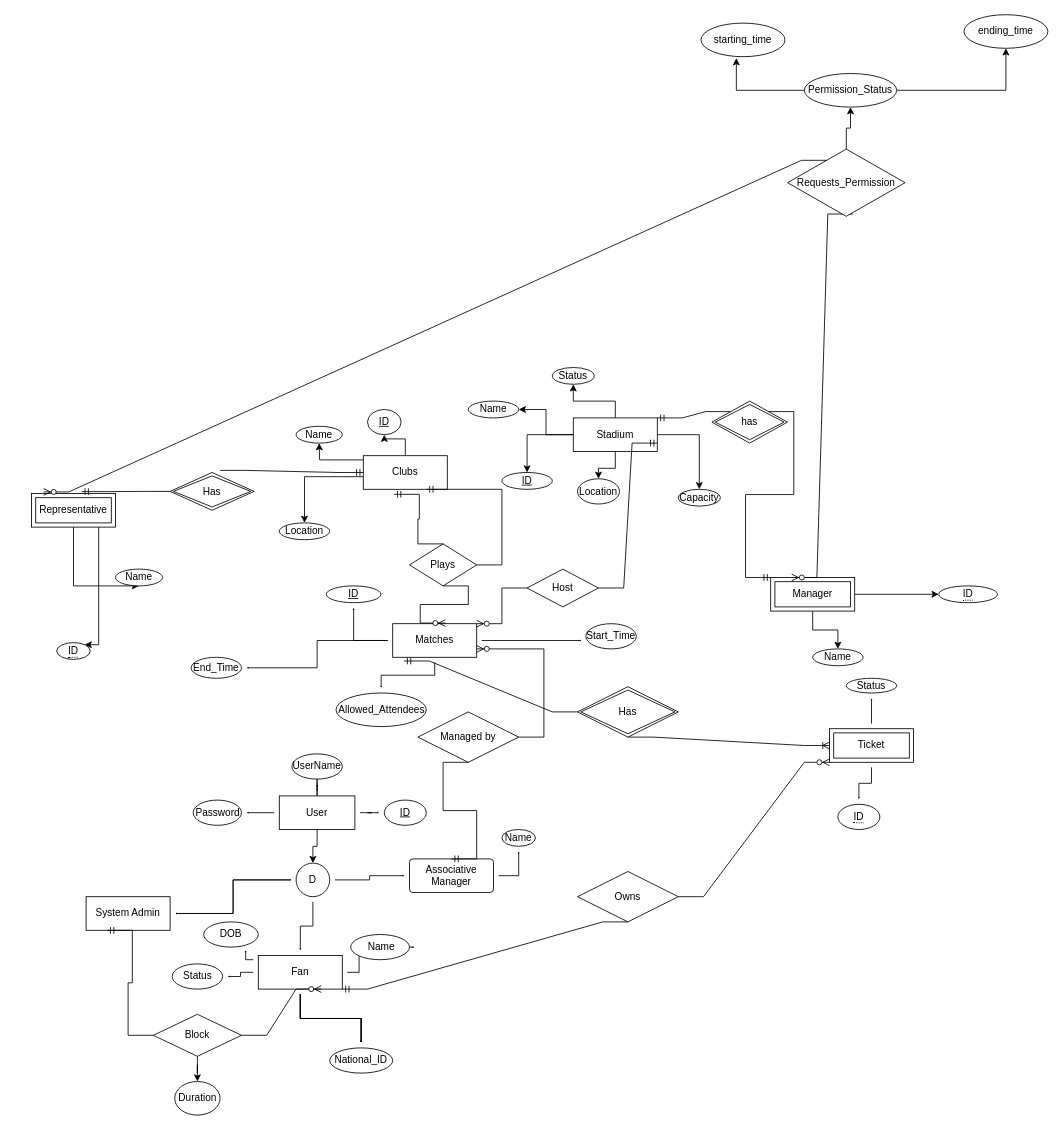
Earlier version of the draw.io diagram MileStone(1).drawio (Aelmeky/Stadium_tickets_system). Source tidied: cells renumbered, new cells numbered last; positions are measured from the earlier drawing's top-left corner, leaving out a move shared by most shapes. Both pictures are drawn from the tidied source at 84%, with x=0, y=0 at pixel (31, 14).
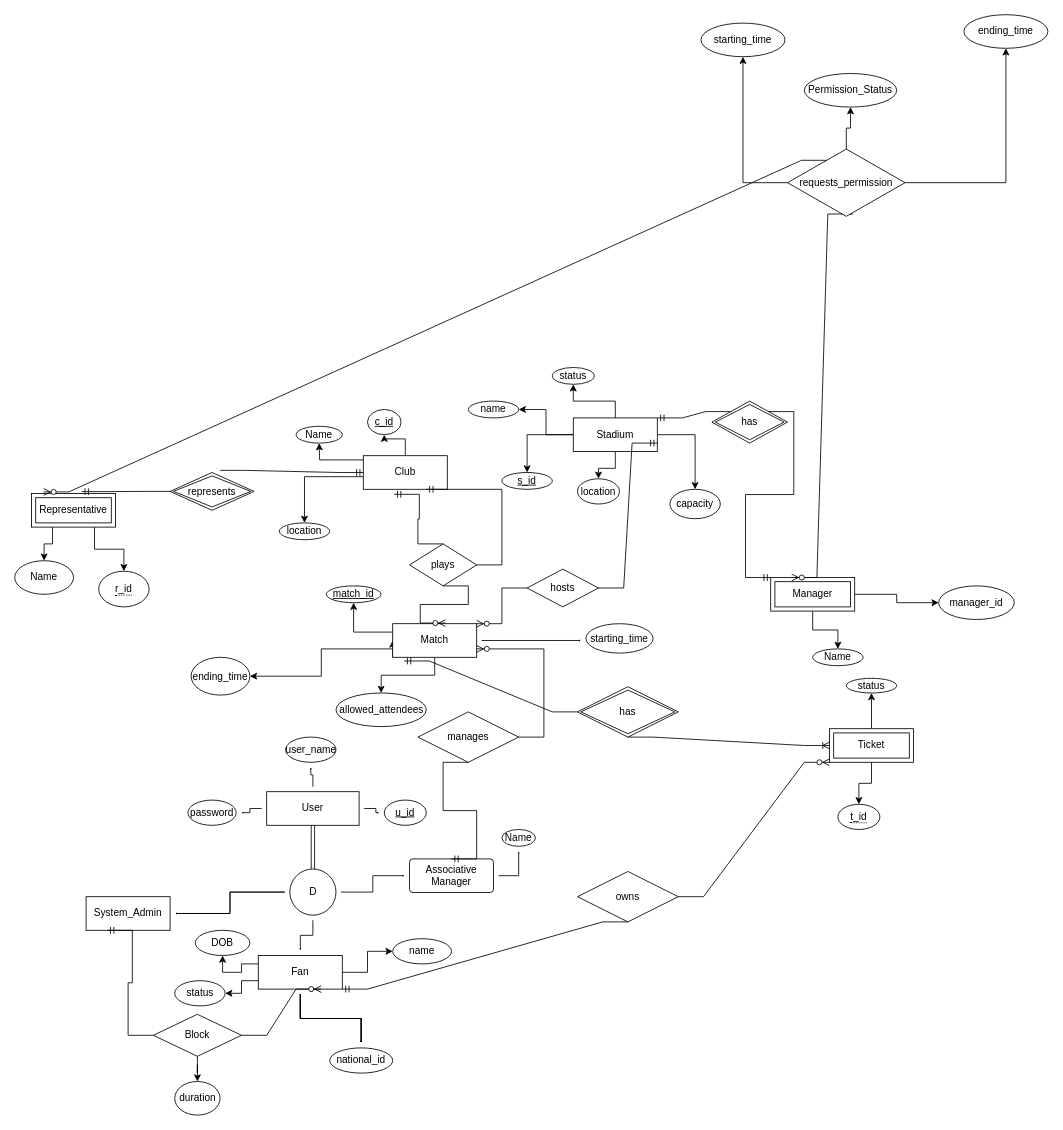
Above is the later version.

Commit message:
fix: Making entity user (Total participation).

Unchanged cells that the change refers to:
```xml
<mxCell id="27" value="Representative" style="shape=ext;margin=3;double=1;whiteSpace=wrap;html=1;align=center;" parent="1" vertex="1">
  <mxGeometry y="570" width="100" height="40" as="geometry" />
</mxCell>
<mxCell id="50" value="Fan" style="whiteSpace=wrap;html=1;align=center;" parent="1" vertex="1">
  <mxGeometry x="270" y="1120" width="100" height="40" as="geometry" />
</mxCell>
<mxCell id="70" value="Ticket" style="shape=ext;margin=3;double=1;whiteSpace=wrap;html=1;align=center;" parent="1" vertex="1">
  <mxGeometry x="950" y="850" width="100" height="40" as="geometry" />
</mxCell>
<mxCell id="99" value="Permission_Status" style="ellipse;whiteSpace=wrap;html=1;align=center;" parent="1" vertex="1">
  <mxGeometry x="920" y="70" width="110" height="40" as="geometry" />
</mxCell>
<mxCell id="109" value="&lt;div&gt;ending_time&lt;/div&gt;" style="ellipse;whiteSpace=wrap;html=1;align=center;" parent="1" vertex="1">
  <mxGeometry x="1110" width="100" height="40" as="geometry" />
</mxCell>
<mxCell id="110" value="starting_time" style="ellipse;whiteSpace=wrap;html=1;align=center;" parent="1" vertex="1">
  <mxGeometry x="797" y="10" width="100" height="40" as="geometry" />
</mxCell>
```

The edit, as a diff of the source:
```diff
@@
-    <mxCell id="8" style="edgeStyle=orthogonalEdgeStyle;rounded=0;jettySize=auto;html=1;" parent="1" edge="1" source="12" target="39">
-      <mxGeometry relative="1" as="geometry" />
-    </mxCell>
@@
+    <mxCell id="8" style="edgeStyle=orthogonalEdgeStyle;shape=link;rounded=0;jettySize=auto;html=1;exitX=0.5;exitY=1;exitDx=0;exitDy=0;" parent="1" edge="1" source="12" target="39">
+      <mxGeometry relative="1" as="geometry" />
+    </mxCell>
     <mxCell id="12" value="User" style="whiteSpace=wrap;html=1;align=center;" parent="1" vertex="1">
-      <mxGeometry x="295" y="930" width="90" height="40" as="geometry" />
+      <mxGeometry x="280" y="925" width="110" height="40" as="geometry" />
     </mxCell>
@@
-    <mxCell id="16" value="Clubs" style="whiteSpace=wrap;html=1;align=center;" parent="1" vertex="1">
+    <mxCell id="16" value="Club" style="whiteSpace=wrap;html=1;align=center;" parent="1" vertex="1">
       <mxGeometry x="395" y="525" width="100" height="40" as="geometry" />
     </mxCell>
-    <mxCell id="17" value="Name" style="ellipse;whiteSpace=wrap;html=1;align=center;" parent="1" vertex="1">
+    <mxCell id="17" value="name" style="ellipse;whiteSpace=wrap;html=1;align=center;" parent="1" vertex="1">
       <mxGeometry x="520" y="460" width="60" height="20" as="geometry" />
     </mxCell>
-    <mxCell id="18" value="Location" style="ellipse;whiteSpace=wrap;html=1;align=center;" parent="1" vertex="1">
+    <mxCell id="18" value="location" style="ellipse;whiteSpace=wrap;html=1;align=center;" parent="1" vertex="1">
       <mxGeometry x="650" y="552.5" width="50" height="30" as="geometry" />
     </mxCell>
-    <mxCell id="19" value="ID" style="ellipse;whiteSpace=wrap;html=1;align=center;fontStyle=4;" parent="1" vertex="1">
+    <mxCell id="19" value="s_id" style="ellipse;whiteSpace=wrap;html=1;align=center;fontStyle=4;" parent="1" vertex="1">
       <mxGeometry x="560" y="545" width="60" height="20" as="geometry" />
     </mxCell>
-    <mxCell id="20" value="Capacity" style="ellipse;whiteSpace=wrap;html=1;align=center;" parent="1" vertex="1">
-      <mxGeometry x="770" y="565" width="50" height="20" as="geometry" />
+    <mxCell id="20" value="capacity" style="ellipse;whiteSpace=wrap;html=1;align=center;" parent="1" vertex="1">
+      <mxGeometry x="760" y="565" width="60" height="35" as="geometry" />
     </mxCell>
-    <mxCell id="21" value="Status" style="ellipse;whiteSpace=wrap;html=1;align=center;" parent="1" vertex="1">
+    <mxCell id="21" value="status" style="ellipse;whiteSpace=wrap;html=1;align=center;" parent="1" vertex="1">
       <mxGeometry x="620" y="420" width="50" height="20" as="geometry" />
     </mxCell>
-    <mxCell id="22" value="Location" style="ellipse;whiteSpace=wrap;html=1;align=center;" parent="1" vertex="1">
+    <mxCell id="22" value="location" style="ellipse;whiteSpace=wrap;html=1;align=center;" parent="1" vertex="1">
       <mxGeometry x="295" y="605" width="60" height="20" as="geometry" />
     </mxCell>
@@
-    <mxCell id="24" value="ID" style="ellipse;whiteSpace=wrap;html=1;align=center;fontStyle=4;" parent="1" vertex="1">
+    <mxCell id="24" value="c_id" style="ellipse;whiteSpace=wrap;html=1;align=center;fontStyle=4;" parent="1" vertex="1">
       <mxGeometry x="400" y="470" width="40" height="30" as="geometry" />
     </mxCell>
+    <mxCell id="26" style="edgeStyle=orthogonalEdgeStyle;rounded=0;jettySize=auto;html=1;exitX=0.25;exitY=1;exitDx=0;exitDy=0;entryX=0.5;entryY=0;entryDx=0;entryDy=0;" parent="1" edge="1" source="27" target="29">
+      <mxGeometry relative="1" as="geometry" />
+    </mxCell>
-    <mxCell id="25" style="edgeStyle=orthogonalEdgeStyle;rounded=0;jettySize=auto;html=1;" parent="1" edge="1" source="27" target="28">
-      <mxGeometry relative="1" as="geometry">
-        <Array as="points">
-          <mxPoint x="80" y="750" />
-        </Array>
-      </mxGeometry>
+    <mxCell id="25" style="edgeStyle=orthogonalEdgeStyle;rounded=0;jettySize=auto;html=1;exitX=0.75;exitY=1;exitDx=0;exitDy=0;entryX=0.5;entryY=0;entryDx=0;entryDy=0;" parent="1" edge="1" source="27" target="28">
+      <mxGeometry relative="1" as="geometry" />
     </mxCell>
-    <mxCell id="26" style="edgeStyle=orthogonalEdgeStyle;rounded=0;jettySize=auto;html=1;" parent="1" edge="1" source="27" target="29">
-      <mxGeometry relative="1" as="geometry">
-        <Array as="points">
-          <mxPoint x="140" y="680" />
-        </Array>
-      </mxGeometry>
-    </mxCell>
@@
-    <mxCell id="28" value="&lt;span style=&quot;border-bottom: 1px dotted&quot;&gt;ID&lt;/span&gt;" style="ellipse;whiteSpace=wrap;html=1;align=center;" parent="1" vertex="1">
-      <mxGeometry x="30" y="747.5" width="40" height="20" as="geometry" />
+    <mxCell id="28" value="&lt;span style=&quot;border-bottom: 1px dotted&quot;&gt;r_id&lt;/span&gt;" style="ellipse;whiteSpace=wrap;html=1;align=center;" parent="1" vertex="1">
+      <mxGeometry x="80" y="662.5" width="60" height="42.5" as="geometry" />
     </mxCell>
     <mxCell id="29" value="Name" style="ellipse;whiteSpace=wrap;html=1;align=center;" parent="1" vertex="1">
-      <mxGeometry x="100" y="660" width="56" height="20" as="geometry" />
+      <mxGeometry x="-20" y="650" width="70" height="40" as="geometry" />
     </mxCell>
@@
-    <mxCell id="33" value="&lt;span style=&quot;border-bottom: 1px dotted&quot;&gt;ID&lt;/span&gt;" style="ellipse;whiteSpace=wrap;html=1;align=center;" parent="1" vertex="1">
-      <mxGeometry x="1080" y="680" width="70" height="20" as="geometry" />
+    <mxCell id="33" value="manager_id" style="ellipse;whiteSpace=wrap;html=1;align=center;" parent="1" vertex="1">
+      <mxGeometry x="1080" y="680" width="90" height="40" as="geometry" />
     </mxCell>
@@
     <mxCell id="39" value="D" style="ellipse;whiteSpace=wrap;html=1;" parent="1" vertex="1">
-      <mxGeometry x="315" y="1010" width="40" height="40" as="geometry" />
+      <mxGeometry x="307.5" y="1017" width="55" height="55" as="geometry" />
     </mxCell>
-    <mxCell id="40" value="System Admin" style="whiteSpace=wrap;html=1;align=center;" parent="1" vertex="1">
+    <mxCell id="40" value="System_Admin" style="whiteSpace=wrap;html=1;align=center;" parent="1" vertex="1">
       <mxGeometry x="65" y="1050" width="100" height="40" as="geometry" />
     </mxCell>
@@
-    <mxCell id="43" style="edgeStyle=orthogonalEdgeStyle;rounded=0;jettySize=auto;html=1;startSize=0;endSize=0;sourcePerimeterSpacing=6;targetPerimeterSpacing=6;" parent="1" edge="1" source="50" target="56">
-      <mxGeometry relative="1" as="geometry" />
-    </mxCell>
-    <mxCell id="44" style="edgeStyle=orthogonalEdgeStyle;rounded=0;jettySize=auto;html=1;startSize=0;endSize=0;sourcePerimeterSpacing=6;targetPerimeterSpacing=6;" parent="1" edge="1" source="50" target="57">
-      <mxGeometry relative="1" as="geometry" />
-    </mxCell>
@@
+    <mxCell id="44" style="edgeStyle=orthogonalEdgeStyle;rounded=0;jettySize=auto;html=1;exitX=1;exitY=0.5;exitDx=0;exitDy=0;" parent="1" edge="1" source="50" target="57">
+      <mxGeometry relative="1" as="geometry" />
+    </mxCell>
+    <mxCell id="43" style="edgeStyle=orthogonalEdgeStyle;rounded=0;jettySize=auto;html=1;exitX=0;exitY=0.75;exitDx=0;exitDy=0;entryX=1;entryY=0.5;entryDx=0;entryDy=0;" parent="1" edge="1" source="50" target="56">
+      <mxGeometry relative="1" as="geometry" />
+    </mxCell>
-    <mxCell id="49" style="edgeStyle=orthogonalEdgeStyle;rounded=0;jettySize=auto;html=1;startSize=0;endSize=0;sourcePerimeterSpacing=6;targetPerimeterSpacing=6;" parent="1" edge="1" source="50" target="55">
-      <mxGeometry relative="1" as="geometry">
-        <Array as="points">
-          <mxPoint x="310" y="1125" />
-          <mxPoint x="255" y="1125" />
-        </Array>
-      </mxGeometry>
+    <mxCell id="49" style="edgeStyle=orthogonalEdgeStyle;rounded=0;jettySize=auto;html=1;exitX=0;exitY=0.25;exitDx=0;exitDy=0;entryX=0.5;entryY=1;entryDx=0;entryDy=0;" parent="1" edge="1" source="50" target="55">
+      <mxGeometry relative="1" as="geometry" />
     </mxCell>
@@
-    <mxCell id="51" value="ID" style="ellipse;whiteSpace=wrap;html=1;align=center;fontStyle=4;" parent="1" vertex="1">
+    <mxCell id="51" value="&lt;div&gt;u_id&lt;/div&gt;" style="ellipse;whiteSpace=wrap;html=1;align=center;fontStyle=4;" parent="1" vertex="1">
       <mxGeometry x="420" y="935" width="50" height="30" as="geometry" />
     </mxCell>
-    <mxCell id="52" value="UserName" style="ellipse;whiteSpace=wrap;html=1;align=center;" parent="1" vertex="1">
-      <mxGeometry x="310" y="880" width="60" height="30" as="geometry" />
+    <mxCell id="52" value="user_name" style="ellipse;whiteSpace=wrap;html=1;align=center;" parent="1" vertex="1">
+      <mxGeometry x="302.5" y="860" width="60" height="30" as="geometry" />
     </mxCell>
-    <mxCell id="53" value="Password" style="ellipse;whiteSpace=wrap;html=1;align=center;" parent="1" vertex="1">
-      <mxGeometry x="192.5" y="935" width="57.5" height="30" as="geometry" />
+    <mxCell id="53" value="password" style="ellipse;whiteSpace=wrap;html=1;align=center;" parent="1" vertex="1">
+      <mxGeometry x="186.2" y="935" width="57.5" height="30" as="geometry" />
     </mxCell>
@@
     <mxCell id="55" value="DOB" style="ellipse;whiteSpace=wrap;html=1;align=center;" parent="1" vertex="1">
-      <mxGeometry x="205" y="1080" width="65" height="30" as="geometry" />
+      <mxGeometry x="195" y="1090" width="65" height="30" as="geometry" />
     </mxCell>
-    <mxCell id="56" value="Status" style="ellipse;whiteSpace=wrap;html=1;align=center;" parent="1" vertex="1">
-      <mxGeometry x="167.5" y="1130" width="60" height="30" as="geometry" />
+    <mxCell id="56" value="status" style="ellipse;whiteSpace=wrap;html=1;align=center;" parent="1" vertex="1">
+      <mxGeometry x="170.5" y="1150" width="60" height="30" as="geometry" />
     </mxCell>
-    <mxCell id="57" value="&amp;nbsp;Name" style="ellipse;whiteSpace=wrap;html=1;align=center;" parent="1" vertex="1">
-      <mxGeometry x="380" y="1095" width="70" height="30" as="geometry" />
+    <mxCell id="57" value="name" style="ellipse;whiteSpace=wrap;html=1;align=center;" parent="1" vertex="1">
+      <mxGeometry x="430" y="1100" width="70" height="30" as="geometry" />
     </mxCell>
-    <mxCell id="58" value="National_ID" style="ellipse;whiteSpace=wrap;html=1;align=center;" parent="1" vertex="1">
+    <mxCell id="58" value="national_id" style="ellipse;whiteSpace=wrap;html=1;align=center;" parent="1" vertex="1">
       <mxGeometry x="355" y="1230" width="75" height="30" as="geometry" />
     </mxCell>
+    <mxCell id="60" style="edgeStyle=orthogonalEdgeStyle;rounded=0;jettySize=auto;html=1;startSize=0;endSize=0;sourcePerimeterSpacing=6;targetPerimeterSpacing=6;" parent="1" edge="1" source="63" target="65">
+      <mxGeometry relative="1" as="geometry">
+        <Array as="points">
+          <mxPoint x="480" y="740" />
+        </Array>
+      </mxGeometry>
+    </mxCell>
+    <mxCell id="111" style="edgeStyle=orthogonalEdgeStyle;rounded=0;jettySize=auto;html=1;exitX=0;exitY=1;exitDx=0;exitDy=0;" parent="1" edge="1" source="63">
+      <mxGeometry relative="1" as="geometry">
+        <mxPoint x="430" y="745" as="targetPoint" />
+      </mxGeometry>
+    </mxCell>
+    <mxCell id="61" style="edgeStyle=orthogonalEdgeStyle;rounded=0;jettySize=auto;html=1;exitX=0;exitY=0.75;exitDx=0;exitDy=0;" parent="1" edge="1" source="63" target="66">
+      <mxGeometry relative="1" as="geometry" />
+    </mxCell>
-    <mxCell id="59" style="edgeStyle=orthogonalEdgeStyle;rounded=0;jettySize=auto;html=1;startSize=0;endSize=0;sourcePerimeterSpacing=6;targetPerimeterSpacing=6;" parent="1" edge="1" source="63" target="64">
+    <mxCell id="59" style="edgeStyle=orthogonalEdgeStyle;rounded=0;jettySize=auto;html=1;exitX=0;exitY=0.25;exitDx=0;exitDy=0;entryX=0.5;entryY=1;entryDx=0;entryDy=0;" parent="1" edge="1" source="63" target="64">
       <mxGeometry relative="1" as="geometry" />
     </mxCell>
-    <mxCell id="60" style="edgeStyle=orthogonalEdgeStyle;rounded=0;jettySize=auto;html=1;startSize=0;endSize=0;sourcePerimeterSpacing=6;targetPerimeterSpacing=6;" parent="1" edge="1" source="63" target="65">
-      <mxGeometry relative="1" as="geometry">
-        <Array as="points">
-          <mxPoint x="480" y="740" />
-        </Array>
-      </mxGeometry>
-    </mxCell>
-    <mxCell id="61" style="edgeStyle=orthogonalEdgeStyle;rounded=0;jettySize=auto;html=1;startSize=0;endSize=0;sourcePerimeterSpacing=6;targetPerimeterSpacing=6;" parent="1" edge="1" source="63" target="66">
-      <mxGeometry relative="1" as="geometry" />
-    </mxCell>
-    <mxCell id="62" style="edgeStyle=orthogonalEdgeStyle;rounded=0;jettySize=auto;html=1;startSize=0;endSize=0;sourcePerimeterSpacing=6;targetPerimeterSpacing=6;" parent="1" edge="1" source="63" target="67">
+    <mxCell id="62" style="edgeStyle=orthogonalEdgeStyle;rounded=0;jettySize=auto;html=1;exitX=0.5;exitY=1;exitDx=0;exitDy=0;entryX=0.5;entryY=0;entryDx=0;entryDy=0;" parent="1" edge="1" source="63" target="67">
       <mxGeometry relative="1" as="geometry" />
     </mxCell>
-    <mxCell id="63" value="Matches" style="whiteSpace=wrap;html=1;align=center;" parent="1" vertex="1">
+    <mxCell id="63" value="Match" style="whiteSpace=wrap;html=1;align=center;" parent="1" vertex="1">
       <mxGeometry x="430" y="725" width="100" height="40" as="geometry" />
     </mxCell>
-    <mxCell id="64" value="ID" style="ellipse;whiteSpace=wrap;html=1;align=center;fontStyle=4;" parent="1" vertex="1">
+    <mxCell id="64" value="match_id" style="ellipse;whiteSpace=wrap;html=1;align=center;fontStyle=4;" parent="1" vertex="1">
       <mxGeometry x="351" y="680" width="65" height="20" as="geometry" />
     </mxCell>
-    <mxCell id="65" value="Start_Time" style="ellipse;whiteSpace=wrap;html=1;align=center;" parent="1" vertex="1">
-      <mxGeometry x="660" y="725" width="60" height="30" as="geometry" />
+    <mxCell id="65" value="&lt;div&gt;starting_time&lt;/div&gt;" style="ellipse;whiteSpace=wrap;html=1;align=center;" parent="1" vertex="1">
+      <mxGeometry x="660" y="725" width="80" height="35" as="geometry" />
     </mxCell>
-    <mxCell id="66" value="End_Time" style="ellipse;whiteSpace=wrap;html=1;align=center;" parent="1" vertex="1">
-      <mxGeometry x="190" y="765" width="60" height="25" as="geometry" />
+    <mxCell id="66" value="ending_time" style="ellipse;whiteSpace=wrap;html=1;align=center;" parent="1" vertex="1">
+      <mxGeometry x="190" y="765" width="70" height="45" as="geometry" />
     </mxCell>
-    <mxCell id="67" value="Allowed_Attendees" style="ellipse;whiteSpace=wrap;html=1;align=center;" parent="1" vertex="1">
+    <mxCell id="67" value="allowed_attendees" style="ellipse;whiteSpace=wrap;html=1;align=center;" parent="1" vertex="1">
       <mxGeometry x="362.5" y="807.5" width="107.5" height="40" as="geometry" />
     </mxCell>
-    <mxCell id="68" style="edgeStyle=orthogonalEdgeStyle;rounded=0;jettySize=auto;html=1;startSize=0;endSize=0;sourcePerimeterSpacing=6;targetPerimeterSpacing=6;" parent="1" edge="1" source="70" target="71">
+    <mxCell id="68" style="edgeStyle=orthogonalEdgeStyle;rounded=0;jettySize=auto;html=1;exitX=0.5;exitY=1;exitDx=0;exitDy=0;entryX=0.5;entryY=0;entryDx=0;entryDy=0;" parent="1" edge="1" source="70" target="71">
       <mxGeometry relative="1" as="geometry" />
     </mxCell>
-    <mxCell id="69" style="edgeStyle=orthogonalEdgeStyle;rounded=0;jettySize=auto;html=1;startSize=0;endSize=0;sourcePerimeterSpacing=6;targetPerimeterSpacing=6;" parent="1" edge="1" source="70" target="72">
+    <mxCell id="69" style="edgeStyle=orthogonalEdgeStyle;rounded=0;jettySize=auto;html=1;exitX=0.5;exitY=0;exitDx=0;exitDy=0;entryX=0.5;entryY=1;entryDx=0;entryDy=0;" parent="1" edge="1" source="70" target="72">
       <mxGeometry relative="1" as="geometry" />
     </mxCell>
@@
-    <mxCell id="71" value="&lt;span style=&quot;border-bottom: 1px dotted&quot;&gt;ID&lt;/span&gt;" style="ellipse;whiteSpace=wrap;html=1;align=center;" parent="1" vertex="1">
+    <mxCell id="71" value="&lt;div&gt;&lt;span style=&quot;border-bottom: 1px dotted&quot;&gt;t_id&lt;/span&gt;&lt;/div&gt;&lt;div&gt;&lt;span style=&quot;border-bottom: 1px dotted&quot;&gt;&lt;/span&gt;&lt;/div&gt;" style="ellipse;whiteSpace=wrap;html=1;align=center;" parent="1" vertex="1">
       <mxGeometry x="960" y="940" width="50" height="30" as="geometry" />
     </mxCell>
-    <mxCell id="72" value="Status" style="ellipse;whiteSpace=wrap;html=1;align=center;" parent="1" vertex="1">
+    <mxCell id="72" value="status" style="ellipse;whiteSpace=wrap;html=1;align=center;" parent="1" vertex="1">
       <mxGeometry x="970" y="790" width="60" height="17.5" as="geometry" />
     </mxCell>
@@
-    <mxCell id="74" value="Managed by" style="shape=rhombus;perimeter=rhombusPerimeter;whiteSpace=wrap;html=1;align=center;" parent="1" vertex="1">
+    <mxCell id="74" value="&lt;div&gt;manages&lt;/div&gt;" style="shape=rhombus;perimeter=rhombusPerimeter;whiteSpace=wrap;html=1;align=center;" parent="1" vertex="1">
       <mxGeometry x="460" y="830" width="120" height="60" as="geometry" />
     </mxCell>
@@
-    <mxCell id="76" value="Plays" style="shape=rhombus;perimeter=rhombusPerimeter;whiteSpace=wrap;html=1;align=center;" parent="1" vertex="1">
+    <mxCell id="76" value="plays" style="shape=rhombus;perimeter=rhombusPerimeter;whiteSpace=wrap;html=1;align=center;" parent="1" vertex="1">
       <mxGeometry x="450" y="630" width="80" height="50" as="geometry" />
     </mxCell>
@@
-    <mxCell id="78" value="Host" style="shape=rhombus;perimeter=rhombusPerimeter;whiteSpace=wrap;html=1;align=center;" parent="1" vertex="1">
+    <mxCell id="78" value="hosts" style="shape=rhombus;perimeter=rhombusPerimeter;whiteSpace=wrap;html=1;align=center;" parent="1" vertex="1">
       <mxGeometry x="590" y="660" width="85" height="45" as="geometry" />
     </mxCell>
@@
-    <mxCell id="83" value="Has" style="shape=rhombus;double=1;perimeter=rhombusPerimeter;whiteSpace=wrap;html=1;align=center;" parent="1" vertex="1">
+    <mxCell id="83" value="&lt;div&gt;represents&lt;/div&gt;" style="shape=rhombus;double=1;perimeter=rhombusPerimeter;whiteSpace=wrap;html=1;align=center;" parent="1" vertex="1">
       <mxGeometry x="165" y="545" width="100" height="45" as="geometry" />
     </mxCell>
@@
-    <mxCell id="92" value="Has" style="shape=rhombus;double=1;perimeter=rhombusPerimeter;whiteSpace=wrap;html=1;align=center;" parent="1" vertex="1">
+    <mxCell id="92" value="has" style="shape=rhombus;double=1;perimeter=rhombusPerimeter;whiteSpace=wrap;html=1;align=center;" parent="1" vertex="1">
       <mxGeometry x="650" y="800" width="120" height="60" as="geometry" />
     </mxCell>
@@
-    <mxCell id="95" value="Owns" style="shape=rhombus;perimeter=rhombusPerimeter;whiteSpace=wrap;html=1;align=center;" parent="1" vertex="1">
+    <mxCell id="95" value="owns" style="shape=rhombus;perimeter=rhombusPerimeter;whiteSpace=wrap;html=1;align=center;" parent="1" vertex="1">
       <mxGeometry x="650" y="1020" width="120" height="60" as="geometry" />
     </mxCell>
@@
-    <mxCell id="97" style="edgeStyle=orthogonalEdgeStyle;rounded=0;jettySize=auto;html=1;exitX=1;exitY=0.5;exitDx=0;exitDy=0;entryX=0.5;entryY=1;entryDx=0;entryDy=0;" parent="1" edge="1" source="99" target="109">
-      <mxGeometry relative="1" as="geometry" />
-    </mxCell>
-    <mxCell id="98" style="edgeStyle=orthogonalEdgeStyle;rounded=0;jettySize=auto;html=1;entryX=0.421;entryY=1.043;entryDx=0;entryDy=0;entryPerimeter=0;" parent="1" edge="1" source="99" target="110">
-      <mxGeometry relative="1" as="geometry" />
-    </mxCell>
@@
+    <mxCell id="112" style="edgeStyle=orthogonalEdgeStyle;rounded=0;jettySize=auto;html=1;exitX=1;exitY=0.5;exitDx=0;exitDy=0;entryX=0.5;entryY=1;entryDx=0;entryDy=0;" parent="1" edge="1" source="102" target="109">
+      <mxGeometry relative="1" as="geometry" />
+    </mxCell>
+    <mxCell id="113" style="edgeStyle=orthogonalEdgeStyle;rounded=0;jettySize=auto;html=1;exitX=0;exitY=0.5;exitDx=0;exitDy=0;entryX=0.5;entryY=1;entryDx=0;entryDy=0;" parent="1" edge="1" source="102" target="110">
+      <mxGeometry relative="1" as="geometry" />
+    </mxCell>
-    <mxCell id="102" value="Requests_Permission" style="shape=rhombus;perimeter=rhombusPerimeter;whiteSpace=wrap;html=1;align=center;" parent="1" vertex="1">
+    <mxCell id="102" value="requests_permission" style="shape=rhombus;perimeter=rhombusPerimeter;whiteSpace=wrap;html=1;align=center;" parent="1" vertex="1">
       <mxGeometry x="900" y="160" width="140" height="80" as="geometry" />
     </mxCell>
@@
-    <mxCell id="108" value="Duration" style="ellipse;whiteSpace=wrap;html=1;align=center;" parent="1" vertex="1">
+    <mxCell id="108" value="duration" style="ellipse;whiteSpace=wrap;html=1;align=center;" parent="1" vertex="1">
       <mxGeometry x="170.5" y="1270" width="54" height="40" as="geometry" />
     </mxCell>
```
